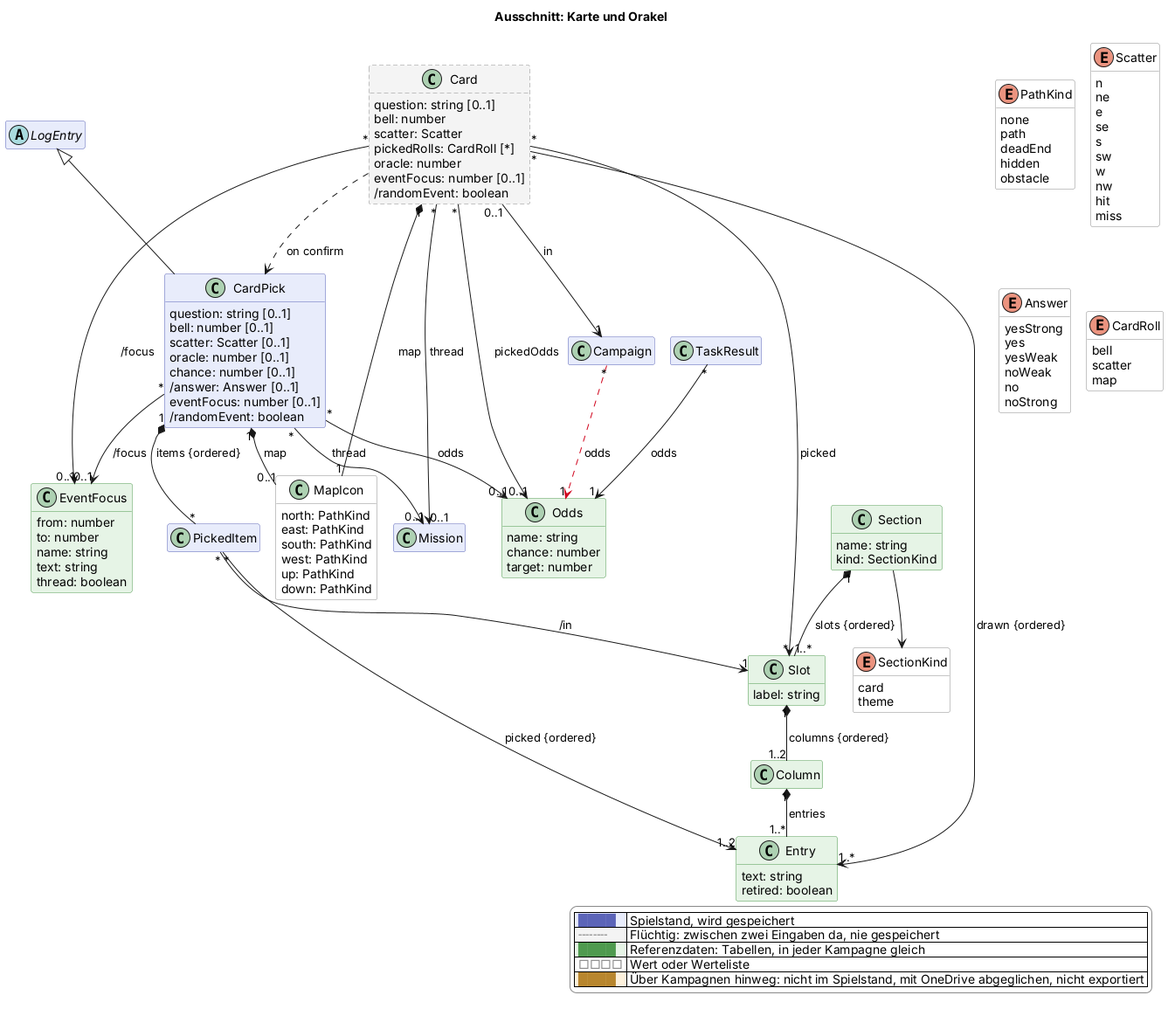
Before: docs/views/karte.png, a diagram exported from PlantUML (scuzzar/SRE).
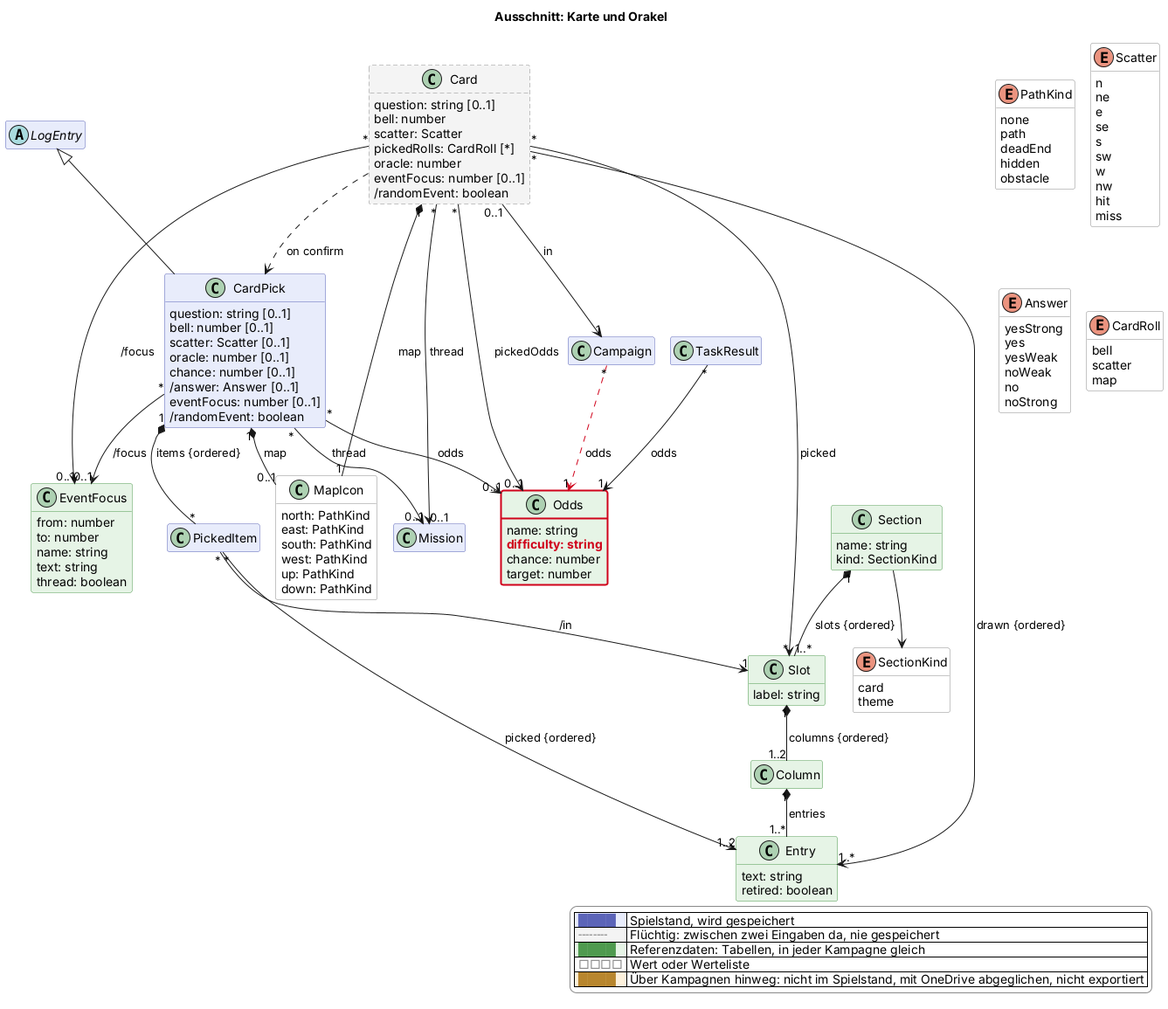
Above is the later version.

Change to the diagram source:
```diff
@@ -144,6 +144,7 @@
 
   class Odds <<reference>> $karte {
     name: string
+    $new("2026-11-27", "difficulty: string")
     chance: number
     target: number
   }
@@ -215,4 +216,5 @@
   |<#ffffff> <color:#8a8a8a>□□□□</color> | Wert oder Werteliste |
   |<#fdf1dc> <color:#b8862e>████</color> | Über Kampagnen hinweg: nicht im Spielstand, mit OneDrive abgeglichen, nicht exportiert |
 endlegend
+class Odds #line:d0021b;line.bold
 @enduml
```
